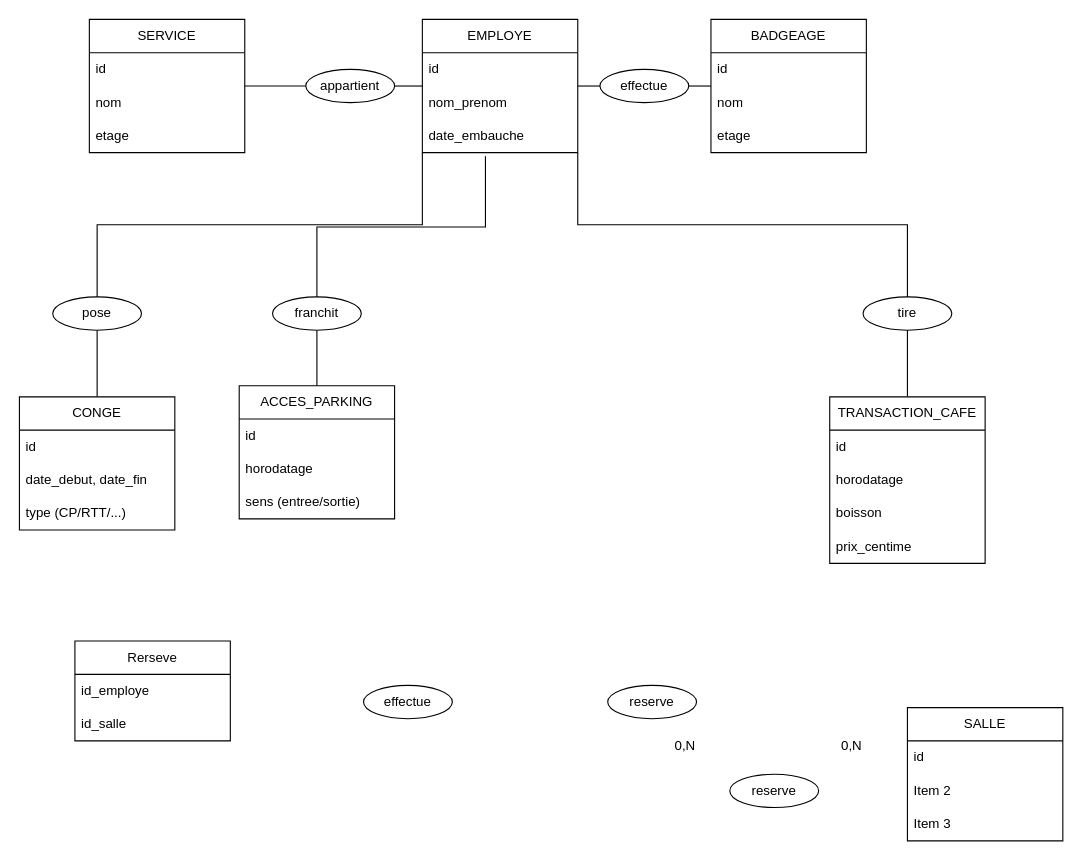
Before: Adakaor_salle_reunion.drawio in gdiaby2403/repo1, a draw.io diagram. Source tidied: cells renumbered, new cells numbered last; positions are measured from the earlier drawing's top-left corner, leaving out a move shared by most shapes. Both pictures are drawn from the tidied source at 111%, with x=0, y=0 at pixel (19, 19).
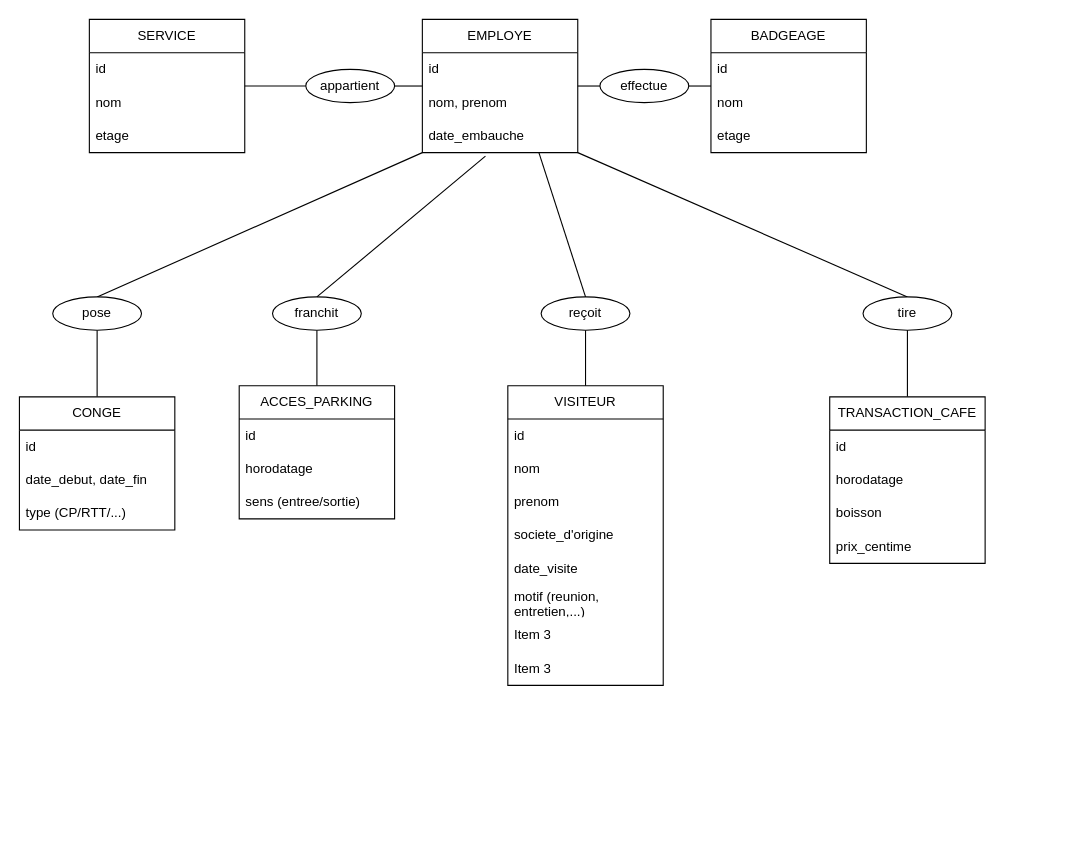
The same diagram, later.

Unchanged cells that the change refers to:
```xml
<mxCell id="9" value="EMPLOYE" style="swimlane;fontStyle=0;horizontal=1;startSize=30;whiteSpace=wrap;html=1;" parent="1" vertex="1">
  <mxGeometry x="363" width="140" height="120" as="geometry" />
</mxCell>
<mxCell id="12" value="date_embauche" style="text;strokeColor=none;fillColor=none;align=left;verticalAlign=middle;spacingLeft=4;spacingRight=4;overflow=hidden;points=[[0,0.5],[1,0.5]];portConstraint=eastwest;whiteSpace=wrap;html=1;" parent="9" vertex="1">
  <mxGeometry y="90" width="140" height="30" as="geometry" />
</mxCell>
<mxCell id="23" value="tire" style="ellipse;whiteSpace=wrap;html=1;shapeInside=1;" parent="1" vertex="1">
  <mxGeometry x="760" y="250" width="80" height="30" as="geometry" />
</mxCell>
<mxCell id="25" value="franchit" style="ellipse;whiteSpace=wrap;html=1;shapeInside=1;" parent="1" vertex="1">
  <mxGeometry x="228" y="250" width="80" height="30" as="geometry" />
</mxCell>
<mxCell id="28" value="pose" style="ellipse;whiteSpace=wrap;html=1;shapeInside=1;" parent="1" vertex="1">
  <mxGeometry x="30" y="250" width="80" height="30" as="geometry" />
</mxCell>
```

Diff of the diagram source:
```diff
@@
-    <mxCell id="2" value="SALLE" style="swimlane;fontStyle=0;horizontal=1;startSize=30;whiteSpace=wrap;html=1;" parent="1" vertex="1">
-      <mxGeometry x="800" y="620" width="140" height="120" as="geometry" />
+    <mxCell id="2" value="VISITEUR" style="swimlane;fontStyle=0;horizontal=1;startSize=30;whiteSpace=wrap;html=1;" parent="1" vertex="1">
+      <mxGeometry x="440" y="330" width="140" height="270" as="geometry" />
     </mxCell>
@@
-    <mxCell id="4" value="Item 2" style="text;strokeColor=none;fillColor=none;align=left;verticalAlign=middle;spacingLeft=4;spacingRight=4;overflow=hidden;whiteSpace=wrap;html=1;" parent="2" vertex="1">
+    <mxCell id="4" value="nom" style="text;strokeColor=none;fillColor=none;align=left;verticalAlign=middle;spacingLeft=4;spacingRight=4;overflow=hidden;whiteSpace=wrap;html=1;" parent="2" vertex="1">
       <mxGeometry y="60" width="140" height="30" as="geometry" />
     </mxCell>
+    <mxCell id="55" value="prenom&lt;span style=&quot;white-space: pre;&quot;&gt;&#9;&lt;/span&gt;" style="text;strokeColor=none;fillColor=none;align=left;verticalAlign=middle;spacingLeft=4;spacingRight=4;overflow=hidden;whiteSpace=wrap;html=1;" parent="2" vertex="1">
+      <mxGeometry y="90" width="140" height="30" as="geometry" />
+    </mxCell>
+    <mxCell id="56" value="societe_d'origine" style="text;strokeColor=none;fillColor=none;align=left;verticalAlign=middle;spacingLeft=4;spacingRight=4;overflow=hidden;whiteSpace=wrap;html=1;" parent="2" vertex="1">
+      <mxGeometry y="120" width="140" height="30" as="geometry" />
+    </mxCell>
+    <mxCell id="57" value="date_visite" style="text;strokeColor=none;fillColor=none;align=left;verticalAlign=middle;spacingLeft=4;spacingRight=4;overflow=hidden;whiteSpace=wrap;html=1;" parent="2" vertex="1">
+      <mxGeometry y="150" width="140" height="30" as="geometry" />
+    </mxCell>
+    <mxCell id="58" value="motif (reunion, entretien,...)" style="text;strokeColor=none;fillColor=none;align=left;verticalAlign=middle;spacingLeft=4;spacingRight=4;overflow=hidden;whiteSpace=wrap;html=1;" parent="2" vertex="1">
+      <mxGeometry y="180" width="140" height="30" as="geometry" />
+    </mxCell>
+    <mxCell id="59" value="Item 3" style="text;strokeColor=none;fillColor=none;align=left;verticalAlign=middle;spacingLeft=4;spacingRight=4;overflow=hidden;whiteSpace=wrap;html=1;" parent="2" vertex="1">
+      <mxGeometry y="210" width="140" height="30" as="geometry" />
+    </mxCell>
     <mxCell id="5" value="Item 3" style="text;strokeColor=none;fillColor=none;align=left;verticalAlign=middle;spacingLeft=4;spacingRight=4;overflow=hidden;whiteSpace=wrap;html=1;" parent="2" vertex="1">
-      <mxGeometry y="90" width="140" height="30" as="geometry" />
+      <mxGeometry y="240" width="140" height="30" as="geometry" />
     </mxCell>
@@
-    <mxCell id="7" style="edgeStyle=elbowEdgeStyle;shape=wire;rounded=0;jettySize=auto;elbow=vertical;html=1;exitX=0;exitY=1;exitDx=0;exitDy=0;entryX=0.5;entryY=0;entryDx=0;entryDy=0;dashed=1;endArrow=none;endFill=0;" parent="1" edge="1" source="9" target="28">
+    <mxCell id="7" style="shape=wire;rounded=0;jettySize=auto;elbow=vertical;html=1;exitX=0;exitY=1;exitDx=0;exitDy=0;entryX=0.5;entryY=0;entryDx=0;entryDy=0;dashed=1;endArrow=none;endFill=0;" parent="1" edge="1" source="9" target="28">
       <mxGeometry relative="1" as="geometry" />
     </mxCell>
-    <mxCell id="8" style="edgeStyle=elbowEdgeStyle;shape=wire;rounded=0;jettySize=auto;elbow=vertical;html=1;exitX=1;exitY=1;exitDx=0;exitDy=0;entryX=0.5;entryY=0;entryDx=0;entryDy=0;dashed=1;endArrow=none;endFill=0;" parent="1" edge="1" source="9" target="23">
+    <mxCell id="8" style="shape=wire;rounded=0;jettySize=auto;elbow=vertical;html=1;exitX=1;exitY=1;exitDx=0;exitDy=0;entryX=0.5;entryY=0;entryDx=0;entryDy=0;dashed=1;endArrow=none;endFill=0;" parent="1" edge="1" source="9" target="23">
       <mxGeometry relative="1" as="geometry" />
     </mxCell>
+    <mxCell id="60" style="shape=wire;rounded=0;jettySize=auto;elbow=vertical;html=1;exitX=0.75;exitY=1;exitDx=0;exitDy=0;entryX=0.5;entryY=0;entryDx=0;entryDy=0;dashed=1;endArrow=none;endFill=0;" parent="1" edge="1" source="9" target="62">
+      <mxGeometry relative="1" as="geometry" />
+    </mxCell>
@@
-    <mxCell id="11" value="nom_prenom" style="text;strokeColor=none;fillColor=none;align=left;verticalAlign=middle;spacingLeft=4;spacingRight=4;overflow=hidden;whiteSpace=wrap;html=1;" parent="9" vertex="1">
+    <mxCell id="11" value="nom, prenom" style="text;strokeColor=none;fillColor=none;align=left;verticalAlign=middle;spacingLeft=4;spacingRight=4;overflow=hidden;whiteSpace=wrap;html=1;" parent="9" vertex="1">
       <mxGeometry y="60" width="140" height="30" as="geometry" />
     </mxCell>
@@
-    <mxCell id="13" value="reserve" style="ellipse;whiteSpace=wrap;html=1;shapeInside=1;" parent="1" vertex="1">
-      <mxGeometry x="640" y="680" width="80" height="30" as="geometry" />
-    </mxCell>
-    <mxCell id="14" value="0,N" style="text;html=1;whiteSpace=wrap;strokeColor=none;fillColor=none;align=center;verticalAlign=middle;rounded=0;" parent="1" vertex="1">
-      <mxGeometry x="570" y="640" width="60" height="30" as="geometry" />
-    </mxCell>
-    <mxCell id="15" value="0,N" style="text;html=1;whiteSpace=wrap;strokeColor=none;fillColor=none;align=center;verticalAlign=middle;rounded=0;" parent="1" vertex="1">
-      <mxGeometry x="720" y="640" width="60" height="30" as="geometry" />
-    </mxCell>
-    <mxCell id="16" value="Rerseve" style="swimlane;fontStyle=0;horizontal=1;startSize=30;whiteSpace=wrap;html=1;" parent="1" vertex="1">
-      <mxGeometry x="50" y="560" width="140" height="90" as="geometry" />
-    </mxCell>
-    <mxCell id="17" value="id_employe" style="text;strokeColor=none;fillColor=none;align=left;verticalAlign=middle;spacingLeft=4;spacingRight=4;overflow=hidden;whiteSpace=wrap;html=1;" parent="16" vertex="1">
-      <mxGeometry y="30" width="140" height="30" as="geometry" />
-    </mxCell>
-    <mxCell id="18" value="id_salle" style="text;strokeColor=none;fillColor=none;align=left;verticalAlign=middle;spacingLeft=4;spacingRight=4;overflow=hidden;whiteSpace=wrap;html=1;" parent="16" vertex="1">
-      <mxGeometry y="60" width="140" height="30" as="geometry" />
-    </mxCell>
@@
-    <mxCell id="26" value="reserve" style="ellipse;whiteSpace=wrap;html=1;shapeInside=1;" parent="1" vertex="1">
-      <mxGeometry x="530" y="600" width="80" height="30" as="geometry" />
-    </mxCell>
@@
-    <mxCell id="45" value="effectue" style="ellipse;whiteSpace=wrap;html=1;shapeInside=1;" parent="1" vertex="1">
-      <mxGeometry x="310" y="600" width="80" height="30" as="geometry" />
-    </mxCell>
@@
-    <mxCell id="54" style="edgeStyle=elbowEdgeStyle;shape=wire;rounded=0;jettySize=auto;elbow=vertical;html=1;exitX=0.5;exitY=0;exitDx=0;exitDy=0;entryX=0.406;entryY=1.107;entryDx=0;entryDy=0;entryPerimeter=0;dashed=1;endArrow=none;endFill=0;" parent="1" edge="1" source="25" target="12">
+    <mxCell id="54" style="shape=wire;rounded=0;jettySize=auto;elbow=vertical;html=1;exitX=0.5;exitY=0;exitDx=0;exitDy=0;entryX=0.406;entryY=1.107;entryDx=0;entryDy=0;entryPerimeter=0;dashed=1;endArrow=none;endFill=0;" parent="1" edge="1" source="25" target="12">
       <mxGeometry relative="1" as="geometry" />
     </mxCell>
+    <mxCell id="61" style="edgeStyle=elbowEdgeStyle;shape=wire;rounded=0;jettySize=auto;elbow=vertical;html=1;exitX=0.5;exitY=1;exitDx=0;exitDy=0;entryX=0.5;entryY=0;entryDx=0;entryDy=0;dashed=1;endArrow=none;endFill=0;" parent="1" edge="1" source="62" target="2">
+      <mxGeometry relative="1" as="geometry" />
+    </mxCell>
+    <mxCell id="62" value="reçoit" style="ellipse;whiteSpace=wrap;html=1;shapeInside=1;" parent="1" vertex="1">
+      <mxGeometry x="470" y="250" width="80" height="30" as="geometry" />
+    </mxCell>
```
